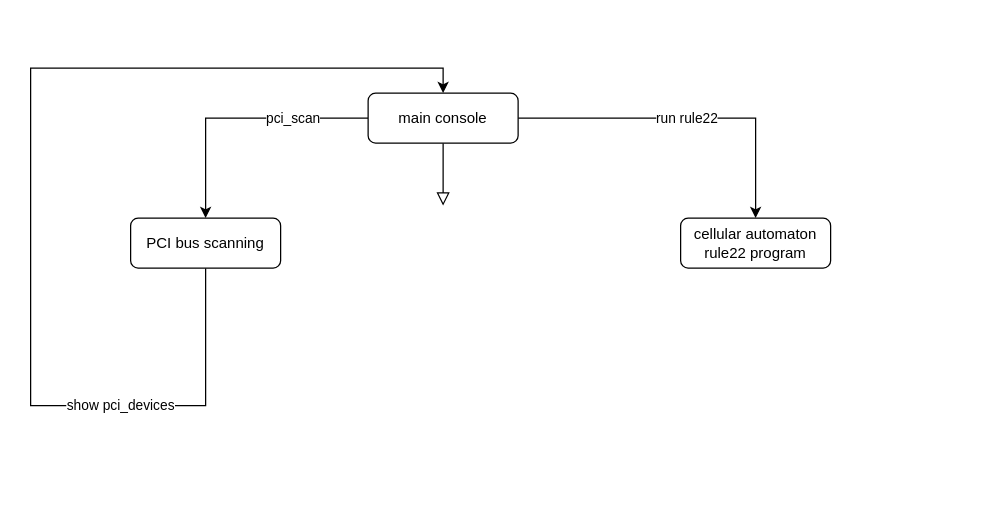
darkfreider/TRITPO_Project keeps this draw.io diagram as docs/Untitled Diagram.drawio. Above is the earlier version. Source tidied: cells renumbered, new cells numbered last; positions are measured from the earlier drawing's top-left corner, leaving out a move shared by most shapes. Both pictures are drawn from the tidied source at 125%, with x=0, y=0 at pixel (30, 68).
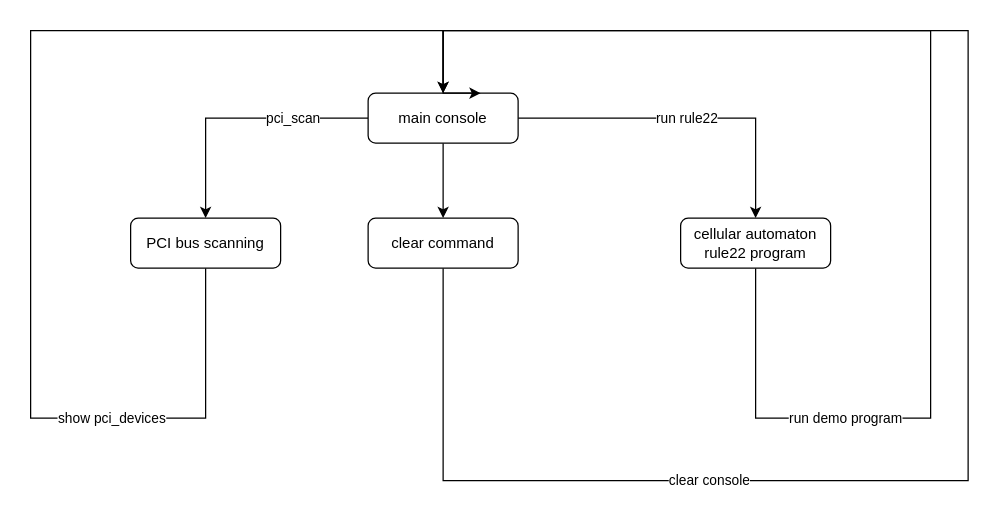
After the change.

Change to the diagram source:
```diff
@@
 <mxGraphModel>
   <root>
     <mxCell id="0" />
     <mxCell id="1" parent="0" />
-    <mxCell id="2" style="rounded=0;html=1;jettySize=auto;fontSize=11;endArrow=block;endFill=0;endSize=8;strokeWidth=1;shadow=0;labelBackgroundColor=none;edgeStyle=orthogonalEdgeStyle;" parent="1" edge="1" source="5">
-      <mxGeometry relative="1" as="geometry">
-        <mxPoint x="330" y="110" as="targetPoint" />
-      </mxGeometry>
-    </mxCell>
     <mxCell id="3" value="&lt;div&gt;pci_scan&lt;/div&gt;" style="edgeStyle=orthogonalEdgeStyle;rounded=0;jettySize=auto;html=1;exitX=0;exitY=0.5;exitDx=0;exitDy=0;entryX=0.5;entryY=0;entryDx=0;entryDy=0;" parent="1" edge="1" source="5" target="7">
       <mxGeometry x="-0.43" relative="1" as="geometry" />
     </mxCell>
     <mxCell id="4" value="run rule22" style="edgeStyle=orthogonalEdgeStyle;rounded=0;jettySize=auto;html=1;exitX=1;exitY=0.5;exitDx=0;exitDy=0;" parent="1" edge="1" source="5" target="8">
       <mxGeometry relative="1" as="geometry" />
     </mxCell>
+    <mxCell id="9" style="edgeStyle=orthogonalEdgeStyle;rounded=0;jettySize=auto;html=1;exitX=0.5;exitY=1;exitDx=0;exitDy=0;entryX=0.5;entryY=0;entryDx=0;entryDy=0;" parent="1" edge="1" source="5" target="12">
+      <mxGeometry relative="1" as="geometry" />
+    </mxCell>
     <mxCell id="5" value="&lt;div&gt;main console&lt;/div&gt;" style="rounded=1;whiteSpace=wrap;html=1;fontSize=12;glass=0;strokeWidth=1;shadow=0;" parent="1" vertex="1">
       <mxGeometry x="270" y="20" width="120" height="40" as="geometry" />
     </mxCell>
     <mxCell id="6" value="show pci_devices" style="edgeStyle=orthogonalEdgeStyle;rounded=0;jettySize=auto;html=1;exitX=0.5;exitY=1;exitDx=0;exitDy=0;entryX=0.5;entryY=0;entryDx=0;entryDy=0;" parent="1" edge="1" source="7" target="5">
       <mxGeometry x="-0.59" relative="1" as="geometry">
         <Array as="points">
-          <mxPoint x="140" y="270" />
-          <mxPoint y="270" />
-          <mxPoint />
-          <mxPoint x="330" />
+          <mxPoint x="140" y="280" />
+          <mxPoint y="280" />
+          <mxPoint y="-30" />
+          <mxPoint x="330" y="-30" />
         </Array>
       </mxGeometry>
     </mxCell>
     <mxCell id="7" value="PCI bus scanning" style="rounded=1;whiteSpace=wrap;html=1;fontSize=12;glass=0;strokeWidth=1;shadow=0;" parent="1" vertex="1">
       <mxGeometry x="80" y="120" width="120" height="40" as="geometry" />
     </mxCell>
+    <mxCell id="10" value="run demo program" style="edgeStyle=orthogonalEdgeStyle;rounded=0;jettySize=auto;html=1;entryX=0.75;entryY=0;entryDx=0;entryDy=0;" parent="1" edge="1" source="8" target="5">
+      <mxGeometry x="-0.63" relative="1" as="geometry">
+        <Array as="points">
+          <mxPoint x="580" y="280" />
+          <mxPoint x="720" y="280" />
+          <mxPoint x="720" y="-30" />
+          <mxPoint x="330" y="-30" />
+          <mxPoint x="330" y="20" />
+        </Array>
+      </mxGeometry>
+    </mxCell>
     <mxCell id="8" value="&lt;div&gt;cellular automaton&lt;/div&gt;&lt;div&gt;rule22 program&lt;br&gt;&lt;/div&gt;" style="rounded=1;whiteSpace=wrap;html=1;fontSize=12;glass=0;strokeWidth=1;shadow=0;" parent="1" vertex="1">
       <mxGeometry x="520" y="120" width="120" height="40" as="geometry" />
     </mxCell>
+    <mxCell id="11" value="clear console" style="edgeStyle=orthogonalEdgeStyle;rounded=0;jettySize=auto;html=1;exitX=0.5;exitY=1;exitDx=0;exitDy=0;entryX=0.5;entryY=0;entryDx=0;entryDy=0;" parent="1" edge="1" source="12" target="5">
+      <mxGeometry x="-0.46" relative="1" as="geometry">
+        <Array as="points">
+          <mxPoint x="330" y="330" />
+          <mxPoint x="750" y="330" />
+          <mxPoint x="750" y="-30" />
+          <mxPoint x="330" y="-30" />
+        </Array>
+      </mxGeometry>
+    </mxCell>
+    <mxCell id="12" value="clear command" style="rounded=1;whiteSpace=wrap;html=1;fontSize=12;glass=0;strokeWidth=1;shadow=0;" parent="1" vertex="1">
+      <mxGeometry x="270" y="120" width="120" height="40" as="geometry" />
+    </mxCell>
   </root>
 </mxGraphModel>
```
